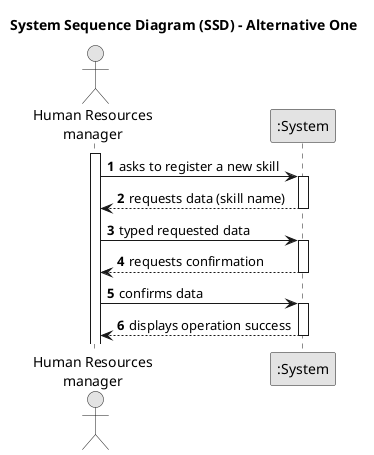
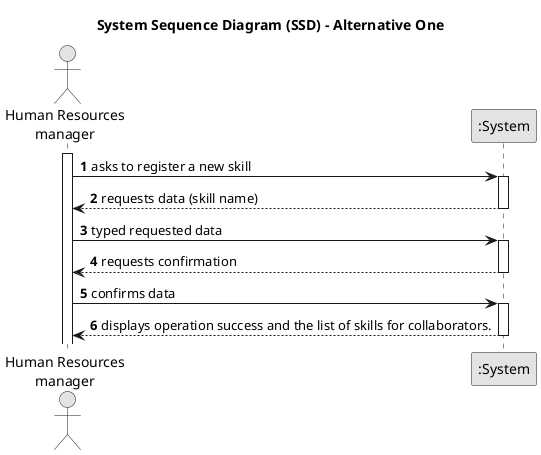
@startuml
skinparam monochrome true
skinparam packageStyle rectangle
skinparam shadowing false

title System Sequence Diagram (SSD) - Alternative One

autonumber

actor "Human Resources\nmanager" as Manager
participant ":System" as System

activate Manager

    Manager -> System : asks to register a new skill
    activate System

        System --> Manager : requests data (skill name)
    deactivate System

   Manager  -> System : typed requested data
    activate System

        System --> Manager  : requests confirmation
    deactivate System

    Manager  -> System : confirms data
    activate System

-         System --> Manager : displays operation success
+         System --> Manager : displays operation success and the list of skills for collaborators.
    deactivate System

@enduml